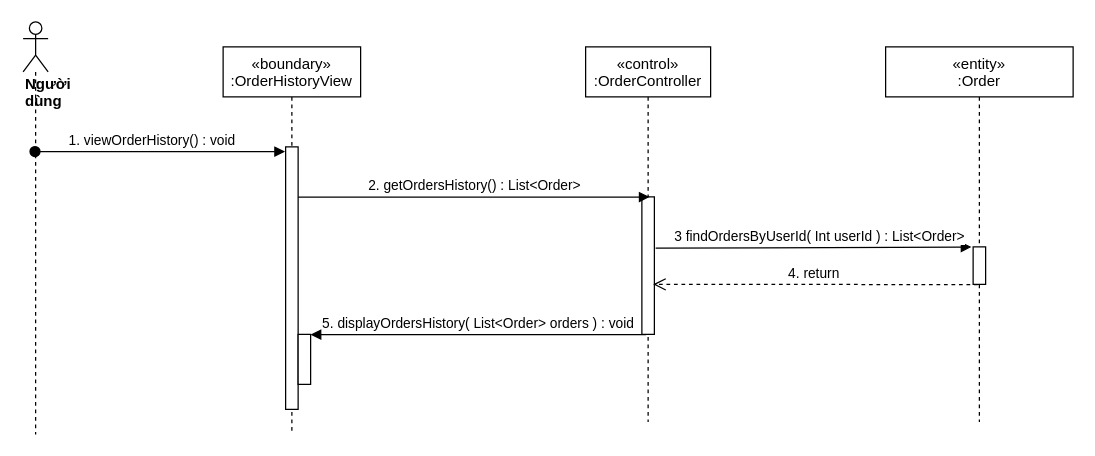
nguyenphamvan/datn_20202 keeps this draw.io diagram as sequence diagram/getOrderHistory-sequence.drawio. Above is the earlier version. Source tidied: cells renumbered, new cells numbered last; positions are measured from the earlier drawing's top-left corner, leaving out a move shared by most shapes. Both pictures are drawn from the tidied source at 125%, with x=0, y=0 at pixel (22, 21).
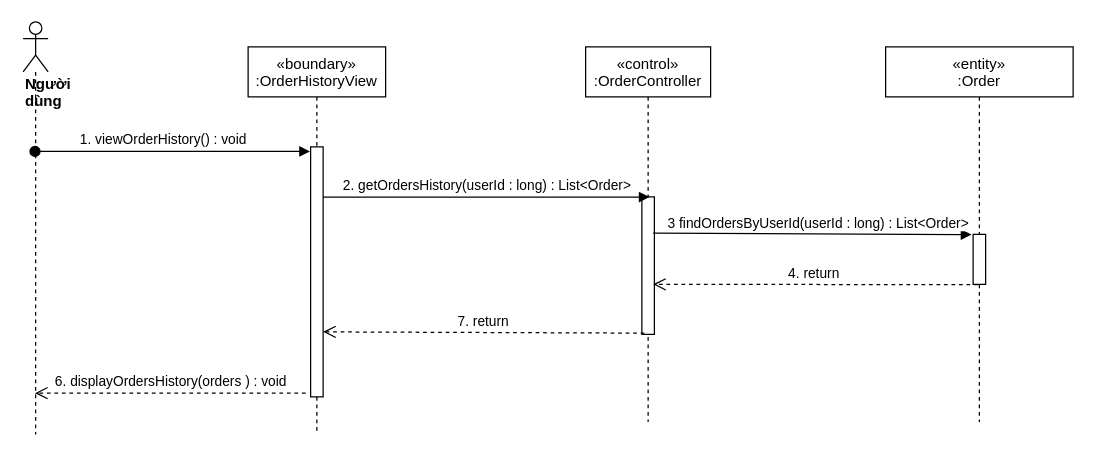
The same diagram, later.

Diff of the diagram source:
```diff
@@
 <mxGraphModel>
   <root>
     <mxCell id="0" />
     <mxCell id="1" parent="0" />
     <mxCell id="2" value="«boundary»&#10;:OrderHistoryView" style="shape=umlLifeline;perimeter=lifelinePerimeter;rounded=0;shadow=0;strokeWidth=1;" parent="1" vertex="1">
-      <mxGeometry x="160" y="20" width="110" height="310" as="geometry" />
+      <mxGeometry x="180" y="20" width="110" height="310" as="geometry" />
     </mxCell>
     <mxCell id="3" style="points=[];perimeter=orthogonalPerimeter;rounded=0;shadow=0;strokeWidth=1;" parent="2" vertex="1">
-      <mxGeometry x="50" y="80" width="10" height="210" as="geometry" />
+      <mxGeometry x="50" y="80" width="10" height="200" as="geometry" />
     </mxCell>
-    <mxCell id="4" style="html=1;points=[];perimeter=orthogonalPerimeter;" parent="2" vertex="1">
-      <mxGeometry x="60" y="230" width="10" height="40" as="geometry" />
-    </mxCell>
     <mxCell id="5" value="«control»&#10;:OrderController" style="shape=umlLifeline;perimeter=lifelinePerimeter;rounded=0;shadow=0;strokeWidth=1;" parent="1" vertex="1">
       <mxGeometry x="450" y="20" width="100" height="300" as="geometry" />
     </mxCell>
     <mxCell id="6" style="points=[];perimeter=orthogonalPerimeter;rounded=0;shadow=0;strokeWidth=1;" parent="5" vertex="1">
       <mxGeometry x="45" y="120" width="10" height="110" as="geometry" />
     </mxCell>
     <mxCell id="7" value="&lt;div&gt;&lt;b&gt;Người dùng&lt;/b&gt;&lt;/div&gt;" style="shape=umlLifeline;participant=umlActor;perimeter=lifelinePerimeter;whiteSpace=wrap;html=1;verticalAlign=top;spacingTop=36;outlineConnect=0;align=left;" parent="1" vertex="1">
       <mxGeometry width="20" height="330" as="geometry" />
     </mxCell>
     <mxCell id="8" value="1. viewOrderHistory() : void" style="verticalAlign=bottom;startArrow=oval;endArrow=block;startSize=8;shadow=0;strokeWidth=1;entryX=-0.05;entryY=0.018;entryDx=0;entryDy=0;entryPerimeter=0;" parent="1" edge="1" source="7" target="3">
       <mxGeometry x="-0.06" relative="1" as="geometry" />
     </mxCell>
-    <mxCell id="9" value="2. getOrdersHistory() : List&amp;lt;Order&amp;gt;" style="html=1;verticalAlign=bottom;endArrow=block;entryX=0.617;entryY=0.001;entryDx=0;entryDy=0;entryPerimeter=0;" parent="1" edge="1" source="3" target="6">
+    <mxCell id="9" value="2. getOrdersHistory(userId : long) : List&amp;lt;Order&amp;gt;" style="html=1;verticalAlign=bottom;endArrow=block;entryX=0.617;entryY=0.001;entryDx=0;entryDy=0;entryPerimeter=0;" parent="1" edge="1" source="3" target="6">
       <mxGeometry relative="1" as="geometry" />
     </mxCell>
     <mxCell id="10" value="«entity»&#10;:Order" style="shape=umlLifeline;perimeter=lifelinePerimeter;rounded=0;shadow=0;strokeWidth=1;" parent="1" vertex="1">
       <mxGeometry x="690" y="20" width="150" height="300" as="geometry" />
     </mxCell>
     <mxCell id="11" style="points=[];perimeter=orthogonalPerimeter;rounded=0;shadow=0;strokeWidth=1;" parent="10" vertex="1">
-      <mxGeometry x="70" y="160" width="10" height="30" as="geometry" />
+      <mxGeometry x="70" y="150" width="10" height="40" as="geometry" />
     </mxCell>
-    <mxCell id="12" value="3 findOrdersByUserId( Int userId ) : List&amp;lt;Order&amp;gt;" style="html=1;verticalAlign=bottom;endArrow=block;entryX=-0.133;entryY=0.004;entryDx=0;entryDy=0;entryPerimeter=0;exitX=1.1;exitY=0.373;exitDx=0;exitDy=0;exitPerimeter=0;" parent="1" edge="1" source="6" target="11">
+    <mxCell id="12" value="3 findOrdersByUserId(userId : long) : List&amp;lt;Order&amp;gt;" style="html=1;verticalAlign=bottom;endArrow=block;entryX=-0.133;entryY=0.004;entryDx=0;entryDy=0;entryPerimeter=0;exitX=0.9;exitY=0.264;exitDx=0;exitDy=0;exitPerimeter=0;" parent="1" edge="1" source="6" target="11">
       <mxGeometry x="0.04" relative="1" as="geometry" />
     </mxCell>
     <mxCell id="13" value="4. return&amp;nbsp;" style="html=1;verticalAlign=bottom;endArrow=open;dashed=1;endSize=8;exitX=0.367;exitY=1.006;exitDx=0;exitDy=0;exitPerimeter=0;entryX=0.9;entryY=0.636;entryDx=0;entryDy=0;entryPerimeter=0;" parent="1" edge="1" source="11" target="6">
       <mxGeometry relative="1" as="geometry" />
     </mxCell>
-    <mxCell id="14" value="5. displayOrdersHistory( List&lt;Order&gt; orders ) : void" style="verticalAlign=bottom;endArrow=block;shadow=0;strokeWidth=1;exitX=0.34;exitY=1.002;exitDx=0;exitDy=0;exitPerimeter=0;" parent="1" edge="1" source="6" target="4">
-      <mxGeometry relative="1" as="geometry" />
-    </mxCell>
+    <mxCell id="15" value="7. return" style="html=1;verticalAlign=bottom;endArrow=open;dashed=1;endSize=8;entryX=1;entryY=0.74;entryDx=0;entryDy=0;entryPerimeter=0;exitX=0.2;exitY=0.991;exitDx=0;exitDy=0;exitPerimeter=0;" parent="1" edge="1" source="6" target="3">
+      <mxGeometry relative="1" as="geometry" />
+    </mxCell>
+    <mxCell id="16" value="6. displayOrdersHistory(orders ) : void" style="html=1;verticalAlign=bottom;endArrow=open;dashed=1;endSize=8;exitX=-0.4;exitY=0.985;exitDx=0;exitDy=0;exitPerimeter=0;" parent="1" edge="1" source="3" target="7">
+      <mxGeometry relative="1" as="geometry" />
+    </mxCell>
   </root>
 </mxGraphModel>
```
